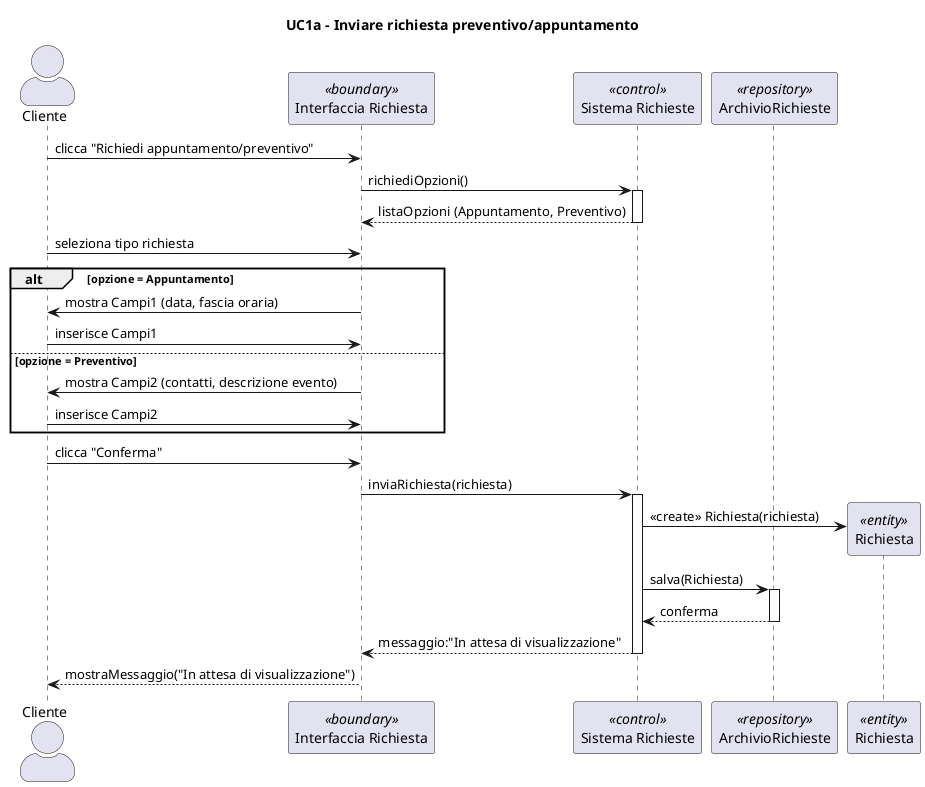
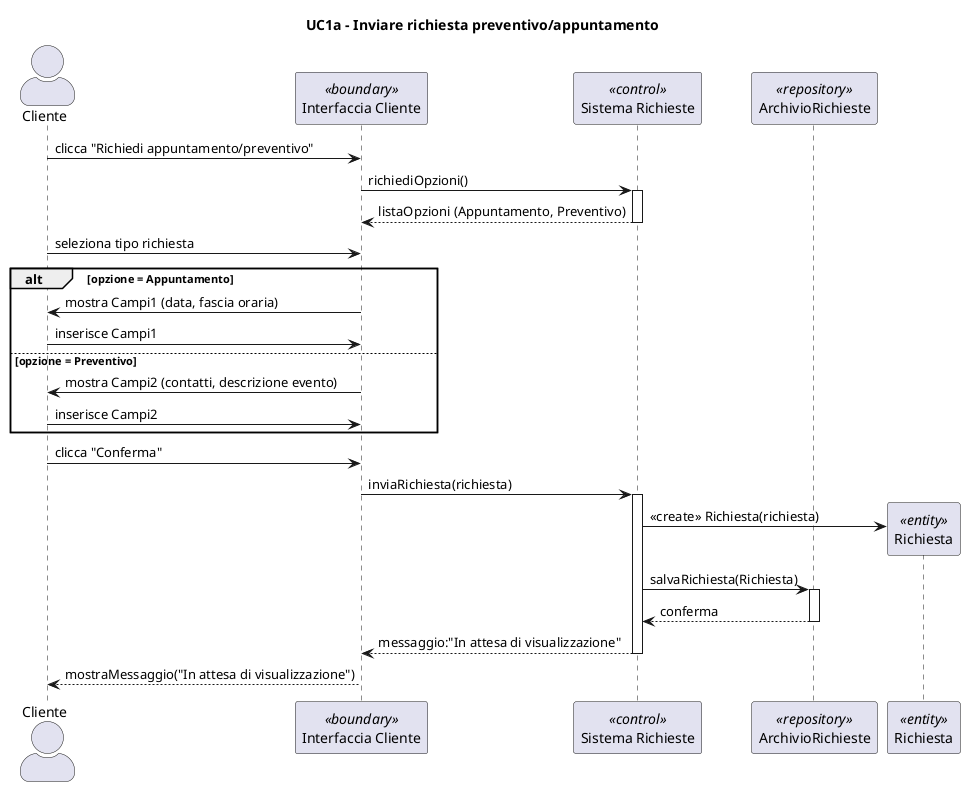
@startuml
title UC1a - Inviare richiesta preventivo/appuntamento
skinparam actorStyle awesome
actor Cliente
- participant "Interfaccia Richiesta" as UI <<boundary>>
+ participant "Interfaccia Cliente" as UI <<boundary>>
participant "Sistema Richieste" as S <<control>>
participant "ArchivioRichieste" as Repo <<repository>>
participant "Richiesta" as R <<entity>>


Cliente -> UI : clicca "Richiedi appuntamento/preventivo"
UI -> S : richiediOpzioni()
activate S
S --> UI : listaOpzioni (Appuntamento, Preventivo)
deactivate S

Cliente -> UI : seleziona tipo richiesta

alt opzione = Appuntamento
    UI -> Cliente : mostra Campi1 (data, fascia oraria)
    Cliente -> UI : inserisce Campi1
else opzione = Preventivo
    UI -> Cliente : mostra Campi2 (contatti, descrizione evento)
    Cliente -> UI : inserisce Campi2
end

Cliente -> UI : clicca "Conferma"
UI -> S : inviaRichiesta(richiesta)
activate S

create R
S -> R : <<create>> Richiesta(richiesta)

- S -> Repo : salva(Richiesta)
+ S -> Repo : salvaRichiesta(Richiesta)
activate Repo
Repo --> S : conferma
deactivate Repo

S --> UI : messaggio:"In attesa di visualizzazione"
deactivate S

UI --> Cliente : mostraMessaggio("In attesa di visualizzazione")

@enduml
